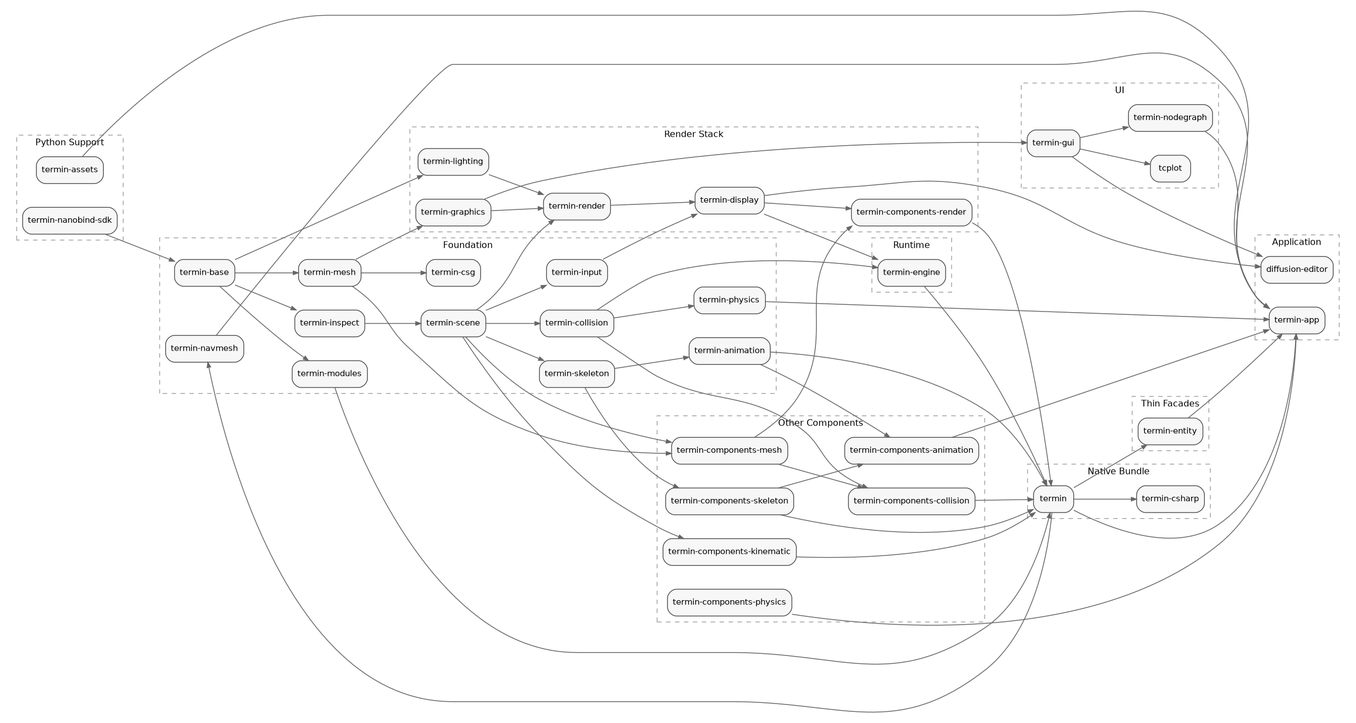
Above: docs/library-dependencies.png in mirmik/termin (Graphviz), before the change. Its source is kept beside it as docs/library-dependencies.dot.
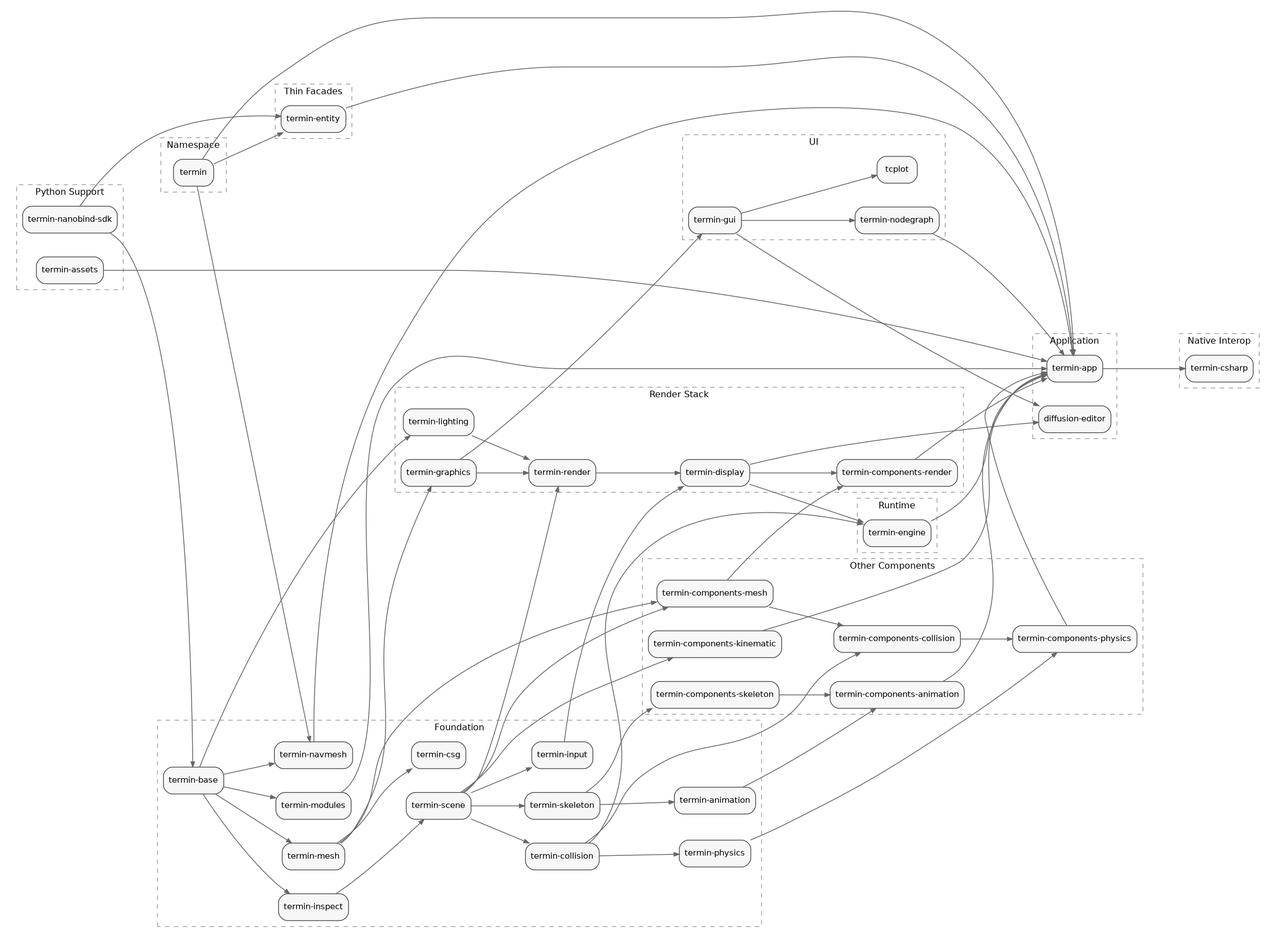
Later version of the same file.

Commit message:
Update dependency graph and script to reflect architectural changes

Change to the diagram source:
```diff
@@ -50,13 +50,21 @@
 		"termin-skeleton";
 	}
 
-	subgraph cluster_native_bundle {
-		label="Native Bundle";
+	subgraph cluster_namespace {
+		label="Namespace";
 		style=dashed;
 		color="#999999";
 		fontname="DejaVu Sans";
 		fontsize=12;
 		"termin";
+	}
+
+	subgraph cluster_native_interop {
+		label="Native Interop";
+		style=dashed;
+		color="#999999";
+		fontname="DejaVu Sans";
+		fontsize=12;
 		"termin-csharp";
 	}
 
@@ -128,32 +136,31 @@
 
 
 	"termin" -> "termin-app";
-	"termin" -> "termin-csharp";
 	"termin" -> "termin-entity";
 	"termin" -> "termin-navmesh";
-	"termin-animation" -> "termin";
 	"termin-animation" -> "termin-components-animation";
+	"termin-app" -> "termin-csharp";
 	"termin-assets" -> "termin-app";
 	"termin-base" -> "termin-inspect";
 	"termin-base" -> "termin-lighting";
 	"termin-base" -> "termin-mesh";
 	"termin-base" -> "termin-modules";
+	"termin-base" -> "termin-navmesh";
 	"termin-collision" -> "termin-components-collision";
 	"termin-collision" -> "termin-engine";
 	"termin-collision" -> "termin-physics";
 	"termin-components-animation" -> "termin-app";
-	"termin-components-collision" -> "termin";
-	"termin-components-kinematic" -> "termin";
+	"termin-components-collision" -> "termin-components-physics";
+	"termin-components-kinematic" -> "termin-app";
 	"termin-components-mesh" -> "termin-components-collision";
 	"termin-components-mesh" -> "termin-components-render";
 	"termin-components-physics" -> "termin-app";
-	"termin-components-render" -> "termin";
-	"termin-components-skeleton" -> "termin";
+	"termin-components-render" -> "termin-app";
 	"termin-components-skeleton" -> "termin-components-animation";
 	"termin-display" -> "diffusion-editor";
 	"termin-display" -> "termin-components-render";
 	"termin-display" -> "termin-engine";
-	"termin-engine" -> "termin";
+	"termin-engine" -> "termin-app";
 	"termin-entity" -> "termin-app";
 	"termin-graphics" -> "termin-gui";
 	"termin-graphics" -> "termin-render";
@@ -166,11 +173,12 @@
 	"termin-mesh" -> "termin-components-mesh";
 	"termin-mesh" -> "termin-csg";
 	"termin-mesh" -> "termin-graphics";
-	"termin-modules" -> "termin";
+	"termin-modules" -> "termin-app";
 	"termin-nanobind-sdk" -> "termin-base";
+	"termin-nanobind-sdk" -> "termin-entity";
 	"termin-navmesh" -> "termin-app";
 	"termin-nodegraph" -> "termin-app";
-	"termin-physics" -> "termin-app";
+	"termin-physics" -> "termin-components-physics";
 	"termin-render" -> "termin-display";
 	"termin-scene" -> "termin-collision";
 	"termin-scene" -> "termin-components-kinematic";
```
